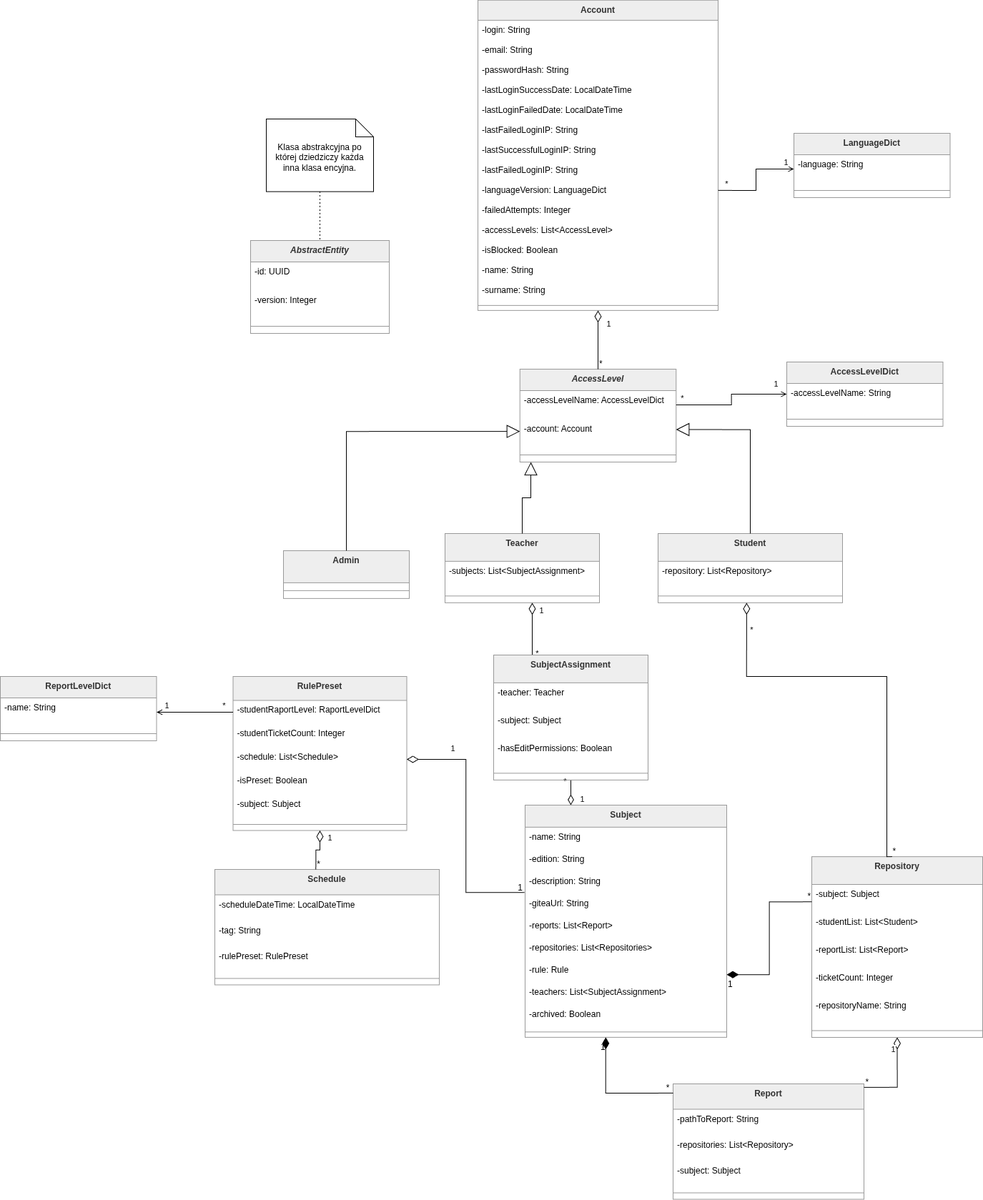
The draw.io diagram ssbd/1wstepny/img/Domain_UML.png in jkozlowsky/antiplagiarism-system, before a commit. Source tidied: cells renumbered, new cells last; positions are measured from the earlier drawing's top-left corner, leaving out a move shared by most shapes.
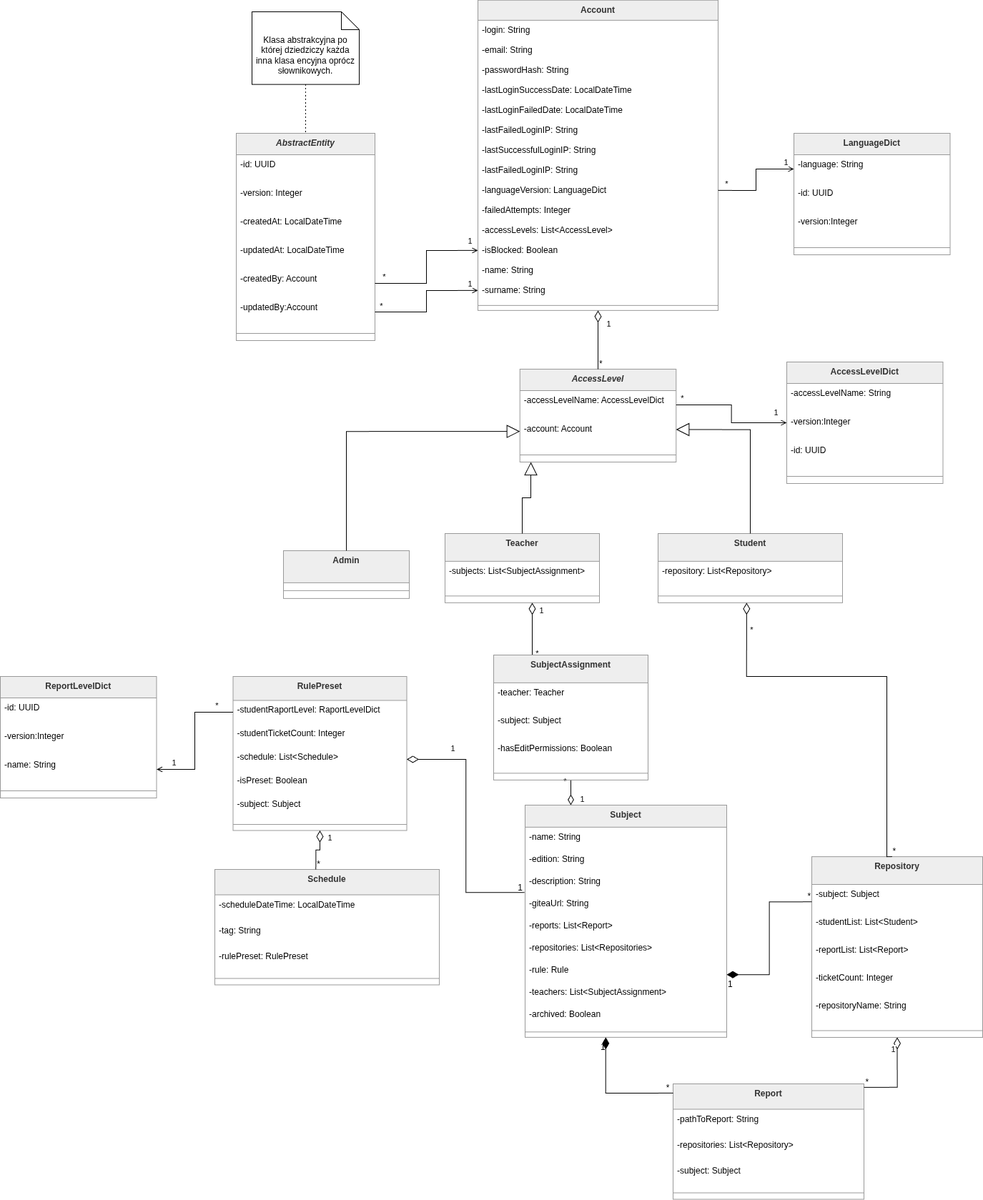
Later version of the same file.

Commit message:
SSBD: poprawki rozdziałów 05 i 06 (#20)

The edit, as a diff of the source:
```diff
@@ -3,7 +3,7 @@
     <mxCell id="0" />
     <mxCell id="1" parent="0" />
     <mxCell id="2" value="AbstractEntity" style="swimlane;fontStyle=3;align=center;verticalAlign=top;horizontal=1;startSize=30;fillColor=light-dark(#eeeeee,#1f2020);strokeColor=light-dark(#999999,#cccccc);fontColor=light-dark(#333333,#cccccc);" parent="1" vertex="1">
-      <mxGeometry x="350" y="336" width="194" height="130" as="geometry" />
+      <mxGeometry x="330" y="186" width="194" height="290" as="geometry" />
     </mxCell>
     <mxCell id="3" value="-id: UUID" style="text;strokeColor=none;fillColor=none;align=left;verticalAlign=top;spacingLeft=4;spacingRight=4;overflow=hidden;" parent="2" vertex="1">
       <mxGeometry y="30" width="194" height="40" as="geometry" />
@@ -11,8 +11,20 @@
     <mxCell id="4" value="-version: Integer" style="text;strokeColor=none;fillColor=none;align=left;verticalAlign=top;spacingLeft=4;spacingRight=4;overflow=hidden;" parent="2" vertex="1">
       <mxGeometry y="70" width="194" height="40" as="geometry" />
     </mxCell>
+    <mxCell id="124" value="-createdAt: LocalDateTime" style="text;strokeColor=none;fillColor=none;align=left;verticalAlign=top;spacingLeft=4;spacingRight=4;overflow=hidden;" parent="2" vertex="1">
+      <mxGeometry y="110" width="194" height="40" as="geometry" />
+    </mxCell>
+    <mxCell id="125" value="-updatedAt: LocalDateTime" style="text;strokeColor=none;fillColor=none;align=left;verticalAlign=top;spacingLeft=4;spacingRight=4;overflow=hidden;" parent="2" vertex="1">
+      <mxGeometry y="150" width="194" height="40" as="geometry" />
+    </mxCell>
+    <mxCell id="126" value="-createdBy: Account" style="text;strokeColor=none;fillColor=none;align=left;verticalAlign=top;spacingLeft=4;spacingRight=4;overflow=hidden;points=[[0,0.5],[1,0.5]];portConstraint=eastwest;" parent="2" vertex="1">
+      <mxGeometry y="190" width="194" height="40" as="geometry" />
+    </mxCell>
+    <mxCell id="127" value="-updatedBy:Account" style="text;strokeColor=none;fillColor=none;align=left;verticalAlign=top;spacingLeft=4;spacingRight=4;overflow=hidden;points=[[0,0.5],[1,0.5]];portConstraint=eastwest;" parent="2" vertex="1">
+      <mxGeometry y="230" width="194" height="40" as="geometry" />
+    </mxCell>
     <mxCell id="5" style="line;strokeWidth=1;fillColor=none;align=left;verticalAlign=middle;spacingTop=-1;spacingLeft=3;spacingRight=3;labelPosition=right;strokeColor=inherit;" parent="2" vertex="1">
-      <mxGeometry y="110" width="194" height="20" as="geometry" />
+      <mxGeometry y="270" width="194" height="20" as="geometry" />
     </mxCell>
     <mxCell id="6" value="Account" style="swimlane;fontStyle=1;align=center;verticalAlign=top;horizontal=1;startSize=28.16;fillColor=light-dark(#eeeeee,#1f2020);strokeColor=light-dark(#999999,#cccccc);fontColor=light-dark(#333333,#cccccc);" parent="1" vertex="1">
       <mxGeometry x="668" y="-0.3" width="336" height="434.2" as="geometry" />
@@ -333,8 +345,8 @@
         <mxPoint x="12" as="offset" />
       </mxGeometry>
     </mxCell>
-    <mxCell id="100" value="Klasa abstrakcyjna po której dziedziczy każda inna klasa encyjna." style="shape=note2;boundedLbl=1;whiteSpace=wrap;html=1;size=25;verticalAlign=top;align=center;" parent="1" vertex="1">
-      <mxGeometry x="372" y="166" width="150" height="101.6" as="geometry" />
+    <mxCell id="100" value="Klasa abstrakcyjna po której dziedziczy każda inna klasa encyjna oprócz słownikowych." style="shape=note2;boundedLbl=1;whiteSpace=wrap;html=1;size=25;verticalAlign=top;align=center;" parent="1" vertex="1">
+      <mxGeometry x="352" y="16" width="150" height="101.6" as="geometry" />
     </mxCell>
     <mxCell id="101" value="SubjectAssignment" style="swimlane;fontStyle=1;align=center;verticalAlign=top;horizontal=1;startSize=38.857142857142854;fillColor=light-dark(#eeeeee,#1f2020);strokeColor=light-dark(#999999,#cccccc);fontColor=light-dark(#333333,#cccccc);" parent="1" vertex="1">
       <mxGeometry x="690" y="916" width="216" height="174.9" as="geometry" />
@@ -352,13 +364,19 @@
       <mxGeometry y="155.9" width="216" height="19" as="geometry" />
     </mxCell>
     <mxCell id="106" value="LanguageDict" style="swimlane;fontStyle=1;align=center;verticalAlign=top;horizontal=1;startSize=30;fillColor=light-dark(#eeeeee,#1f2020);strokeColor=light-dark(#999999,#cccccc);fontColor=light-dark(#333333,#cccccc);" parent="1" vertex="1">
-      <mxGeometry x="1110" y="186" width="218.5" height="90" as="geometry" />
+      <mxGeometry x="1110" y="186" width="218.5" height="170" as="geometry" />
     </mxCell>
     <mxCell id="107" value="-language: String" style="text;strokeColor=none;fillColor=none;align=left;verticalAlign=top;spacingLeft=4;spacingRight=4;overflow=hidden;points=[[0,0.5],[1,0.5]];portConstraint=eastwest;" parent="106" vertex="1">
       <mxGeometry y="30" width="218.5" height="40" as="geometry" />
     </mxCell>
+    <mxCell id="128" value="-id: UUID" style="text;strokeColor=none;fillColor=none;align=left;verticalAlign=top;spacingLeft=4;spacingRight=4;overflow=hidden;" parent="106" vertex="1">
+      <mxGeometry y="70" width="218.5" height="40" as="geometry" />
+    </mxCell>
+    <mxCell id="129" value="-version:Integer" style="text;strokeColor=none;fillColor=none;align=left;verticalAlign=top;spacingLeft=4;spacingRight=4;overflow=hidden;" parent="106" vertex="1">
+      <mxGeometry y="110" width="218.5" height="40" as="geometry" />
+    </mxCell>
     <mxCell id="108" style="line;strokeWidth=1;fillColor=none;align=left;verticalAlign=middle;spacingTop=-1;spacingLeft=3;spacingRight=3;labelPosition=right;strokeColor=inherit;" parent="106" vertex="1">
-      <mxGeometry y="70" width="218.5" height="20" as="geometry" />
+      <mxGeometry y="150" width="218.5" height="20" as="geometry" />
     </mxCell>
     <mxCell id="109" style="edgeStyle=orthogonalEdgeStyle;rounded=0;jettySize=auto;html=1;entryX=1;entryY=0.5;entryDx=0;entryDy=0;endArrow=none;endFill=0;startArrow=open;startFill=0;" parent="1" edge="1" source="107" target="15">
       <mxGeometry relative="1" as="geometry" />
@@ -374,13 +392,19 @@
       </mxGeometry>
     </mxCell>
     <mxCell id="112" value="AccessLevelDict" style="swimlane;fontStyle=1;align=center;verticalAlign=top;horizontal=1;startSize=30;fillColor=light-dark(#eeeeee,#1f2020);strokeColor=light-dark(#999999,#cccccc);fontColor=light-dark(#333333,#cccccc);" parent="1" vertex="1">
-      <mxGeometry x="1100" y="506" width="218.5" height="90" as="geometry" />
+      <mxGeometry x="1100" y="506" width="218.5" height="170" as="geometry" />
     </mxCell>
     <mxCell id="113" value="-accessLevelName: String" style="text;strokeColor=none;fillColor=none;align=left;verticalAlign=top;spacingLeft=4;spacingRight=4;overflow=hidden;" parent="112" vertex="1">
       <mxGeometry y="30" width="218.5" height="40" as="geometry" />
     </mxCell>
+    <mxCell id="130" value="-version:Integer" style="text;strokeColor=none;fillColor=none;align=left;verticalAlign=top;spacingLeft=4;spacingRight=4;overflow=hidden;" parent="112" vertex="1">
+      <mxGeometry y="70" width="218.5" height="40" as="geometry" />
+    </mxCell>
+    <mxCell id="131" value="-id: UUID" style="text;strokeColor=none;fillColor=none;align=left;verticalAlign=top;spacingLeft=4;spacingRight=4;overflow=hidden;" parent="112" vertex="1">
+      <mxGeometry y="110" width="218.5" height="40" as="geometry" />
+    </mxCell>
     <mxCell id="114" style="line;strokeWidth=1;fillColor=none;align=left;verticalAlign=middle;spacingTop=-1;spacingLeft=3;spacingRight=3;labelPosition=right;strokeColor=inherit;" parent="112" vertex="1">
-      <mxGeometry y="70" width="218.5" height="20" as="geometry" />
+      <mxGeometry y="150" width="218.5" height="20" as="geometry" />
     </mxCell>
     <mxCell id="115" style="edgeStyle=orthogonalEdgeStyle;rounded=0;jettySize=auto;html=1;entryX=0;entryY=0.5;entryDx=0;entryDy=0;endArrow=open;endFill=0;" parent="1" edge="1" source="23" target="112">
       <mxGeometry relative="1" as="geometry" />
@@ -396,13 +420,19 @@
       </mxGeometry>
     </mxCell>
     <mxCell id="118" value="ReportLevelDict" style="swimlane;fontStyle=1;align=center;verticalAlign=top;horizontal=1;startSize=30;fillColor=light-dark(#eeeeee,#1f2020);strokeColor=light-dark(#999999,#cccccc);fontColor=light-dark(#333333,#cccccc);" parent="1" vertex="1">
-      <mxGeometry y="946" width="218.5" height="90" as="geometry" />
+      <mxGeometry y="946" width="218.5" height="170" as="geometry" />
     </mxCell>
+    <mxCell id="132" value="-id: UUID" style="text;strokeColor=none;fillColor=none;align=left;verticalAlign=top;spacingLeft=4;spacingRight=4;overflow=hidden;" parent="118" vertex="1">
+      <mxGeometry y="30" width="218.5" height="40" as="geometry" />
+    </mxCell>
+    <mxCell id="133" value="-version:Integer" style="text;strokeColor=none;fillColor=none;align=left;verticalAlign=top;spacingLeft=4;spacingRight=4;overflow=hidden;" parent="118" vertex="1">
+      <mxGeometry y="70" width="218.5" height="40" as="geometry" />
+    </mxCell>
     <mxCell id="119" value="-name: String" style="text;strokeColor=none;fillColor=none;align=left;verticalAlign=top;spacingLeft=4;spacingRight=4;overflow=hidden;points=[[0,0.5],[1,0.5]];portConstraint=eastwest;" parent="118" vertex="1">
-      <mxGeometry y="30" width="218.5" height="40" as="geometry" />
+      <mxGeometry y="110" width="218.5" height="40" as="geometry" />
     </mxCell>
     <mxCell id="120" style="line;strokeWidth=1;fillColor=none;align=left;verticalAlign=middle;spacingTop=-1;spacingLeft=3;spacingRight=3;labelPosition=right;strokeColor=inherit;" parent="118" vertex="1">
-      <mxGeometry y="70" width="218.5" height="20" as="geometry" />
+      <mxGeometry y="150" width="218.5" height="20" as="geometry" />
     </mxCell>
     <mxCell id="121" style="edgeStyle=orthogonalEdgeStyle;rounded=0;jettySize=auto;html=1;entryX=1;entryY=0.5;entryDx=0;entryDy=0;endArrow=open;endFill=0;" parent="1" edge="1" source="38" target="119">
       <mxGeometry relative="1" as="geometry" />
@@ -417,5 +447,31 @@
         <mxPoint y="-10" as="offset" />
       </mxGeometry>
     </mxCell>
+    <mxCell id="134" style="edgeStyle=orthogonalEdgeStyle;rounded=0;jettySize=auto;html=1;entryX=0;entryY=0.5;entryDx=0;entryDy=0;endArrow=open;endFill=0;exitX=1;exitY=0.5;exitDx=0;exitDy=0;" parent="1" edge="1" source="126" target="18">
+      <mxGeometry relative="1" as="geometry" />
+    </mxCell>
+    <mxCell id="135" value="*" style="edgeLabel;html=1;align=center;verticalAlign=middle;" parent="134" vertex="1">
+      <mxGeometry x="-0.87" y="2" relative="1" as="geometry">
+        <mxPoint y="-8" as="offset" />
+      </mxGeometry>
+    </mxCell>
+    <mxCell id="136" value="1" style="edgeLabel;html=1;align=center;verticalAlign=middle;" parent="134" vertex="1">
+      <mxGeometry x="0.86" y="2" relative="1" as="geometry">
+        <mxPoint y="-12" as="offset" />
+      </mxGeometry>
+    </mxCell>
+    <mxCell id="137" style="edgeStyle=orthogonalEdgeStyle;rounded=0;jettySize=auto;html=1;exitX=1;exitY=0.5;exitDx=0;exitDy=0;entryX=0;entryY=0.5;entryDx=0;entryDy=0;endArrow=open;endFill=0;" parent="1" edge="1" source="127" target="20">
+      <mxGeometry relative="1" as="geometry" />
+    </mxCell>
+    <mxCell id="138" value="*" style="edgeLabel;html=1;align=center;verticalAlign=middle;" parent="137" vertex="1">
+      <mxGeometry x="-0.9" y="-1" relative="1" as="geometry">
+        <mxPoint y="-10" as="offset" />
+      </mxGeometry>
+    </mxCell>
+    <mxCell id="139" value="1" style="edgeLabel;html=1;align=center;verticalAlign=middle;" parent="137" vertex="1">
+      <mxGeometry x="0.85" y="3" relative="1" as="geometry">
+        <mxPoint y="-7" as="offset" />
+      </mxGeometry>
+    </mxCell>
   </root>
 </mxGraphModel>
```
